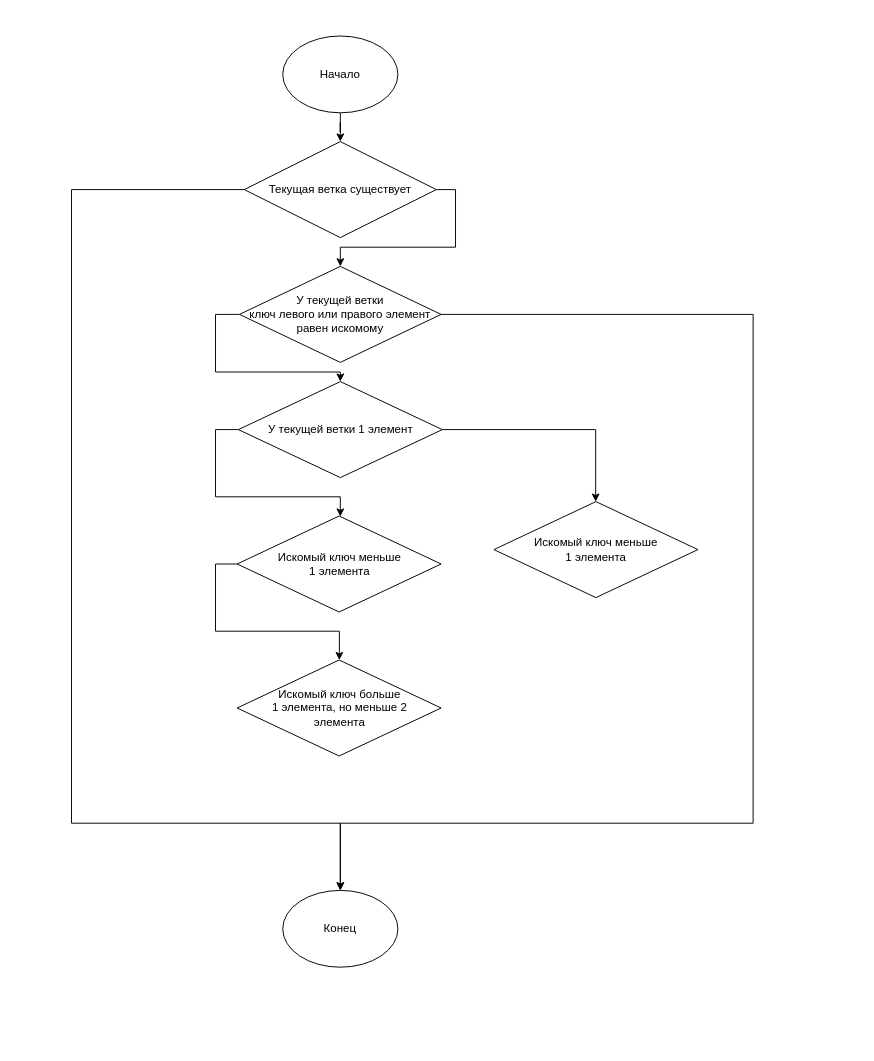
The draw.io diagram Diograms/Search.drawio in GREBIAR-Git/2-3Tree, before the edit. Source tidied: cells renumbered, new cells numbered last; positions are measured from the earlier drawing's top-left corner, leaving out a move shared by most shapes. Both pictures are drawn from the tidied source at 96%, with x=0, y=0 at pixel (71, 36).
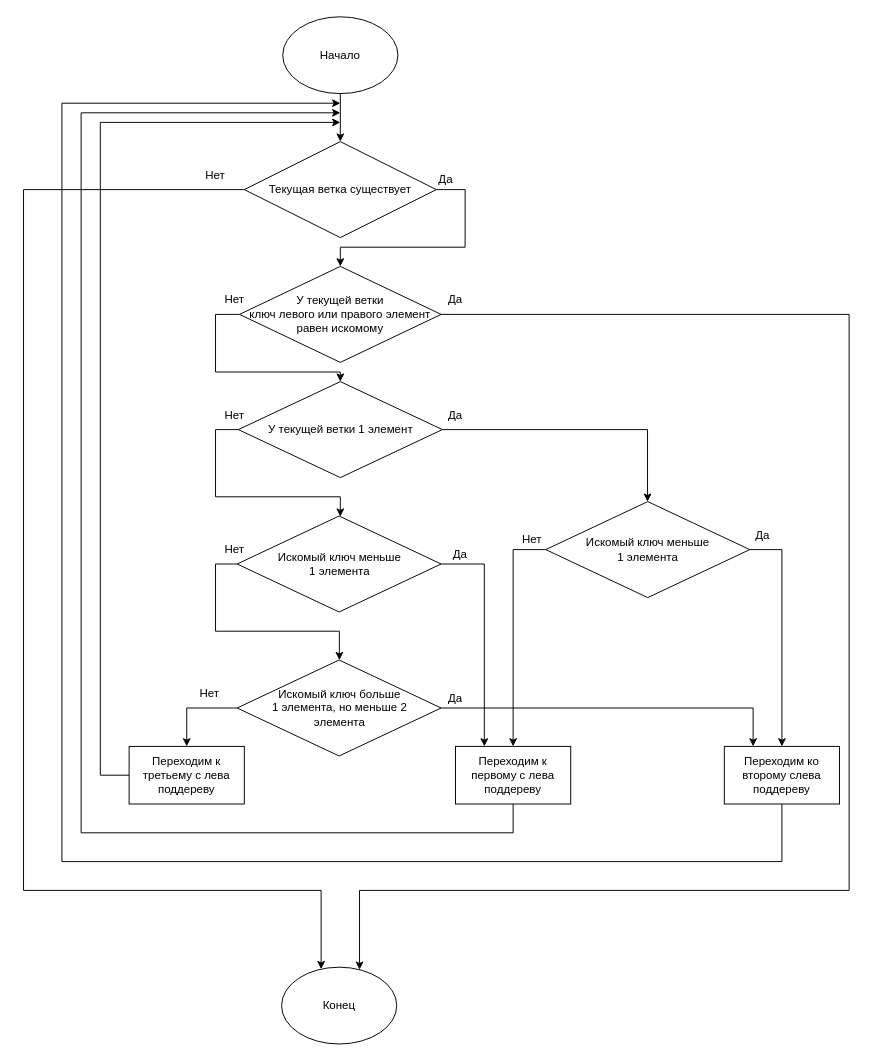
The same page after the edit.

The change refers to these unchanged cells:
```xml
<mxCell id="6" value="&lt;div&gt;Текущая ветка существует&lt;/div&gt;" style="rhombus;whiteSpace=wrap;html=1;" parent="1" vertex="1">
  <mxGeometry x="180" y="110" width="200" height="100" as="geometry" />
</mxCell>
<mxCell id="9" value="&lt;div&gt;У текущей ветки&lt;/div&gt;&lt;div&gt; ключ левого или правого элемент&lt;/div&gt;&lt;div&gt; равен искомому&lt;br&gt;&lt;/div&gt;" style="rhombus;whiteSpace=wrap;html=1;" parent="1" vertex="1">
  <mxGeometry x="175" y="240" width="210" height="100" as="geometry" />
</mxCell>
<mxCell id="12" value="У текущей ветки 1 элемент" style="rhombus;whiteSpace=wrap;html=1;" parent="1" vertex="1">
  <mxGeometry x="173.8" y="360" width="212.5" height="100" as="geometry" />
</mxCell>
<mxCell id="15" value="&lt;div&gt;Искомый ключ меньше&lt;/div&gt;&lt;div&gt; 1 элемента&lt;/div&gt;" style="rhombus;whiteSpace=wrap;html=1;" parent="1" vertex="1">
  <mxGeometry x="172.5" y="500" width="212.5" height="100" as="geometry" />
</mxCell>
<mxCell id="16" value="&lt;div&gt;Искомый ключ больше&lt;/div&gt;&lt;div&gt; 1 элемента, но меньше 2&lt;/div&gt;&lt;div&gt;элемента&lt;br&gt;&lt;/div&gt;" style="rhombus;whiteSpace=wrap;html=1;" parent="1" vertex="1">
  <mxGeometry x="172.5" y="650" width="212.5" height="100" as="geometry" />
</mxCell>
```

Change to the diagram source:
```diff
@@
     <mxCell id="3" value="Начало" style="ellipse;whiteSpace=wrap;html=1;" parent="1" vertex="1">
-      <mxGeometry x="220" width="120" height="80" as="geometry" />
+      <mxGeometry x="220" y="-20" width="120" height="80" as="geometry" />
     </mxCell>
     <mxCell id="4" style="edgeStyle=orthogonalEdgeStyle;rounded=0;jettySize=auto;html=1;" parent="1" edge="1" source="6" target="9">
       <mxGeometry relative="1" as="geometry">
         <Array as="points">
-          <mxPoint x="400" y="160" />
-          <mxPoint x="400" y="220" />
+          <mxPoint x="410" y="160" />
+          <mxPoint x="410" y="220" />
           <mxPoint x="280" y="220" />
         </Array>
       </mxGeometry>
     </mxCell>
     <mxCell id="5" style="edgeStyle=orthogonalEdgeStyle;rounded=0;jettySize=auto;html=1;" parent="1" edge="1" source="6" target="17">
       <mxGeometry relative="1" as="geometry">
         <Array as="points">
-          <mxPoint y="160" />
-          <mxPoint y="820" />
-          <mxPoint x="280" y="820" />
+          <mxPoint x="-50" y="160" />
+          <mxPoint x="-50" y="890" />
+          <mxPoint x="260" y="890" />
         </Array>
       </mxGeometry>
     </mxCell>
@@
     <mxCell id="8" style="edgeStyle=orthogonalEdgeStyle;rounded=0;jettySize=auto;html=1;" parent="1" edge="1" source="9" target="17">
       <mxGeometry relative="1" as="geometry">
         <Array as="points">
-          <mxPoint x="710" y="290" />
-          <mxPoint x="710" y="820" />
+          <mxPoint x="810" y="290" />
+          <mxPoint x="810" y="890" />
+          <mxPoint x="300" y="890" />
         </Array>
       </mxGeometry>
     </mxCell>
@@
     <mxCell id="10" style="edgeStyle=orthogonalEdgeStyle;rounded=0;jettySize=auto;html=1;" parent="1" edge="1" source="12" target="13">
       <mxGeometry relative="1" as="geometry">
         <Array as="points">
-          <mxPoint x="546" y="410" />
+          <mxPoint x="600" y="410" />
         </Array>
       </mxGeometry>
     </mxCell>
@@
+    <mxCell id="18" style="edgeStyle=orthogonalEdgeStyle;rounded=0;jettySize=auto;html=1;" parent="1" edge="1" source="13" target="30">
+      <mxGeometry relative="1" as="geometry">
+        <Array as="points">
+          <mxPoint x="460" y="535" />
+        </Array>
+      </mxGeometry>
+    </mxCell>
+    <mxCell id="19" style="edgeStyle=orthogonalEdgeStyle;rounded=0;jettySize=auto;html=1;" parent="1" edge="1" source="13" target="32">
+      <mxGeometry relative="1" as="geometry">
+        <Array as="points">
+          <mxPoint x="740" y="535" />
+        </Array>
+      </mxGeometry>
+    </mxCell>
     <mxCell id="13" value="&lt;div&gt;Искомый ключ меньше&lt;/div&gt;&lt;div&gt; 1 элемента&lt;/div&gt;" style="rhombus;whiteSpace=wrap;html=1;" parent="1" vertex="1">
-      <mxGeometry x="440" y="485" width="212.5" height="100" as="geometry" />
+      <mxGeometry x="494" y="485" width="212.5" height="100" as="geometry" />
     </mxCell>
@@
+    <mxCell id="20" style="edgeStyle=orthogonalEdgeStyle;rounded=0;jettySize=auto;html=1;entryX=0.25;entryY=0;entryDx=0;entryDy=0;" parent="1" edge="1" source="15" target="30">
+      <mxGeometry relative="1" as="geometry" />
+    </mxCell>
@@
+    <mxCell id="21" style="edgeStyle=orthogonalEdgeStyle;rounded=0;jettySize=auto;html=1;" parent="1" edge="1" source="16" target="32">
+      <mxGeometry relative="1" as="geometry">
+        <Array as="points">
+          <mxPoint x="710" y="700" />
+        </Array>
+      </mxGeometry>
+    </mxCell>
+    <mxCell id="22" style="edgeStyle=orthogonalEdgeStyle;rounded=0;jettySize=auto;html=1;" parent="1" edge="1" source="16" target="34">
+      <mxGeometry relative="1" as="geometry">
+        <Array as="points">
+          <mxPoint x="120" y="700" />
+        </Array>
+      </mxGeometry>
+    </mxCell>
@@
     <mxCell id="17" value="Конец" style="ellipse;whiteSpace=wrap;html=1;" parent="1" vertex="1">
-      <mxGeometry x="220" y="890" width="120" height="80" as="geometry" />
+      <mxGeometry x="218.8" y="970" width="120" height="80" as="geometry" />
     </mxCell>
+    <mxCell id="23" value="Нет" style="text;html=1;strokeColor=none;fillColor=none;align=center;verticalAlign=middle;whiteSpace=wrap;rounded=0;" parent="1" vertex="1">
+      <mxGeometry x="120" y="130" width="60" height="30" as="geometry" />
+    </mxCell>
+    <mxCell id="24" value="&lt;div&gt;Да&lt;/div&gt;" style="text;html=1;strokeColor=none;fillColor=none;align=center;verticalAlign=middle;whiteSpace=wrap;rounded=0;" parent="1" vertex="1">
+      <mxGeometry x="370" y="140" width="40" height="20" as="geometry" />
+    </mxCell>
+    <mxCell id="25" value="Нет" style="text;html=1;strokeColor=none;fillColor=none;align=center;verticalAlign=middle;whiteSpace=wrap;rounded=0;" parent="1" vertex="1">
+      <mxGeometry x="140" y="260" width="60" height="30" as="geometry" />
+    </mxCell>
+    <mxCell id="26" value="Нет" style="text;html=1;strokeColor=none;fillColor=none;align=center;verticalAlign=middle;whiteSpace=wrap;rounded=0;" parent="1" vertex="1">
+      <mxGeometry x="140" y="380" width="60" height="30" as="geometry" />
+    </mxCell>
+    <mxCell id="27" value="Нет" style="text;html=1;strokeColor=none;fillColor=none;align=center;verticalAlign=middle;whiteSpace=wrap;rounded=0;" parent="1" vertex="1">
+      <mxGeometry x="140" y="520" width="60" height="30" as="geometry" />
+    </mxCell>
+    <mxCell id="28" value="Нет" style="text;html=1;strokeColor=none;fillColor=none;align=center;verticalAlign=middle;whiteSpace=wrap;rounded=0;" parent="1" vertex="1">
+      <mxGeometry x="113.8" y="670" width="60" height="30" as="geometry" />
+    </mxCell>
+    <mxCell id="29" style="edgeStyle=orthogonalEdgeStyle;rounded=0;jettySize=auto;html=1;" parent="1" edge="1" source="30">
+      <mxGeometry relative="1" as="geometry">
+        <mxPoint x="280" y="80" as="targetPoint" />
+        <Array as="points">
+          <mxPoint x="460" y="830" />
+          <mxPoint x="10" y="830" />
+          <mxPoint x="10" y="80" />
+          <mxPoint x="280" y="80" />
+        </Array>
+      </mxGeometry>
+    </mxCell>
+    <mxCell id="30" value="Переходим к первому с лева поддереву" style="rounded=0;whiteSpace=wrap;html=1;" parent="1" vertex="1">
+      <mxGeometry x="400" y="740" width="120" height="60" as="geometry" />
+    </mxCell>
+    <mxCell id="31" style="edgeStyle=orthogonalEdgeStyle;rounded=0;jettySize=auto;html=1;" parent="1" edge="1" source="32">
+      <mxGeometry relative="1" as="geometry">
+        <mxPoint x="280" y="70" as="targetPoint" />
+        <Array as="points">
+          <mxPoint x="740" y="860" />
+          <mxPoint x="-10" y="860" />
+          <mxPoint x="-10" y="70" />
+          <mxPoint x="280" y="70" />
+        </Array>
+      </mxGeometry>
+    </mxCell>
+    <mxCell id="32" value="Переходим ко второму слева поддереву " style="rounded=0;whiteSpace=wrap;html=1;" parent="1" vertex="1">
+      <mxGeometry x="680" y="740" width="120" height="60" as="geometry" />
+    </mxCell>
+    <mxCell id="33" style="edgeStyle=orthogonalEdgeStyle;rounded=0;jettySize=auto;html=1;" parent="1" edge="1" source="34">
+      <mxGeometry relative="1" as="geometry">
+        <mxPoint x="280" y="90" as="targetPoint" />
+        <Array as="points">
+          <mxPoint x="30" y="770" />
+          <mxPoint x="30" y="90" />
+          <mxPoint x="280" y="90" />
+        </Array>
+      </mxGeometry>
+    </mxCell>
+    <mxCell id="34" value="Переходим к третьему с лева поддереву" style="rounded=0;whiteSpace=wrap;html=1;" parent="1" vertex="1">
+      <mxGeometry x="60" y="740" width="120" height="60" as="geometry" />
+    </mxCell>
+    <mxCell id="35" value="&lt;div&gt;Да&lt;/div&gt;" style="text;html=1;strokeColor=none;fillColor=none;align=center;verticalAlign=middle;whiteSpace=wrap;rounded=0;" parent="1" vertex="1">
+      <mxGeometry x="380" y="265" width="40" height="20" as="geometry" />
+    </mxCell>
+    <mxCell id="36" value="&lt;div&gt;Да&lt;/div&gt;" style="text;html=1;strokeColor=none;fillColor=none;align=center;verticalAlign=middle;whiteSpace=wrap;rounded=0;" parent="1" vertex="1">
+      <mxGeometry x="380" y="385" width="40" height="20" as="geometry" />
+    </mxCell>
+    <mxCell id="37" value="&lt;div&gt;Да&lt;/div&gt;" style="text;html=1;strokeColor=none;fillColor=none;align=center;verticalAlign=middle;whiteSpace=wrap;rounded=0;" parent="1" vertex="1">
+      <mxGeometry x="700" y="510" width="40" height="20" as="geometry" />
+    </mxCell>
+    <mxCell id="38" value="&lt;div&gt;Да&lt;/div&gt;" style="text;html=1;strokeColor=none;fillColor=none;align=center;verticalAlign=middle;whiteSpace=wrap;rounded=0;" parent="1" vertex="1">
+      <mxGeometry x="385" y="530" width="40" height="20" as="geometry" />
+    </mxCell>
+    <mxCell id="39" value="&lt;div&gt;Да&lt;/div&gt;" style="text;html=1;strokeColor=none;fillColor=none;align=center;verticalAlign=middle;whiteSpace=wrap;rounded=0;" parent="1" vertex="1">
+      <mxGeometry x="380" y="680" width="40" height="20" as="geometry" />
+    </mxCell>
+    <mxCell id="40" value="Нет" style="text;html=1;strokeColor=none;fillColor=none;align=center;verticalAlign=middle;whiteSpace=wrap;rounded=0;" parent="1" vertex="1">
+      <mxGeometry x="450" y="510" width="60" height="30" as="geometry" />
+    </mxCell>
```
